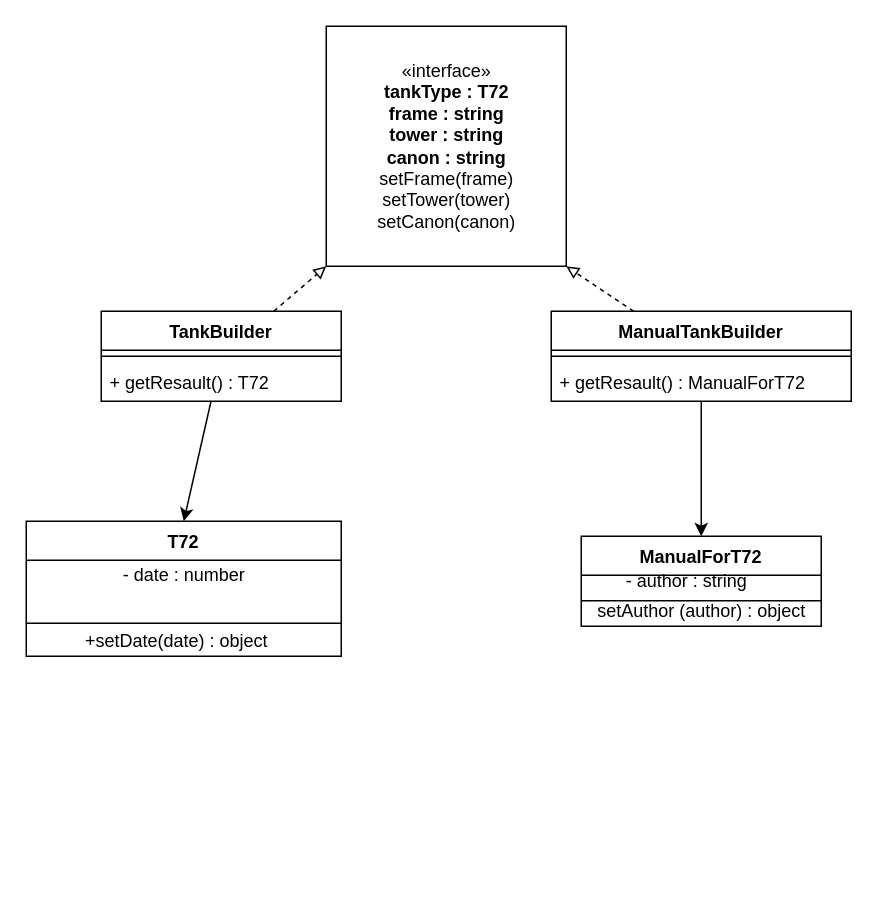
Before: Creational/Builder/builder.drawio in danil-jpg/MyPatterns, a draw.io diagram. Source tidied: cells renumbered, new cells numbered last; positions are measured from the earlier drawing's top-left corner, leaving out a move shared by most shapes. Both pictures are drawn from the tidied source at 150%, with x=0, y=0 at pixel (26, 26).
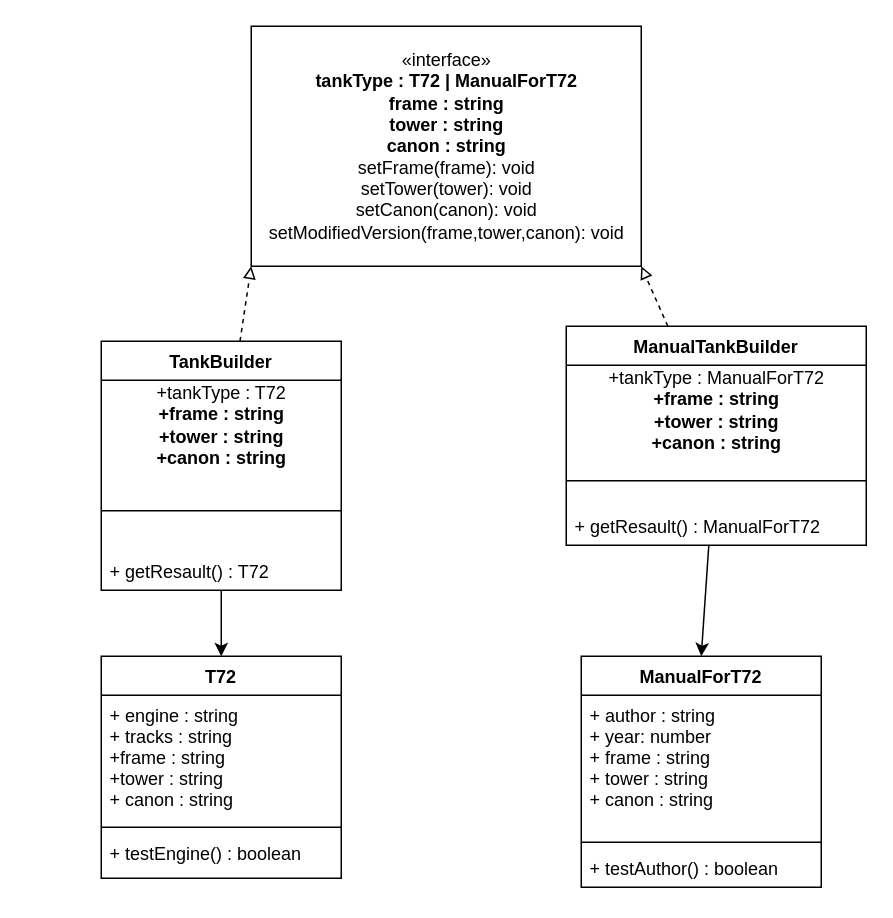
The same diagram, later.

Diff of the diagram source:
```diff
@@
-    <mxCell id="2" value="«interface»&lt;br&gt;&lt;b&gt;tankType : T72&lt;br&gt;frame : string&lt;br&gt;tower : string&lt;br&gt;canon : string&lt;br&gt;&lt;/b&gt;setFrame(frame)&lt;br&gt;setTower(tower)&lt;br&gt;setCanon(canon)" style="html=1;" parent="1" vertex="1">
-      <mxGeometry x="200" width="160" height="160" as="geometry" />
+    <mxCell id="2" value="«interface»&lt;br&gt;&lt;b&gt;tankType : T72 | ManualForT72&lt;br&gt;frame : string&lt;br&gt;tower : string&lt;br&gt;canon : string&lt;br&gt;&lt;/b&gt;setFrame(frame): void&lt;br&gt;setTower(tower): void&lt;br&gt;setCanon(canon): void&lt;br&gt;setModifiedVersion(frame,tower,canon): void" style="html=1;" parent="1" vertex="1">
+      <mxGeometry x="150" width="260" height="160" as="geometry" />
     </mxCell>
@@
     <mxCell id="5" value="ManualTankBuilder" style="swimlane;fontStyle=1;align=center;verticalAlign=top;horizontal=1;startSize=26;" parent="1" vertex="1">
-      <mxGeometry x="350" y="190" width="200" height="60" as="geometry" />
+      <mxGeometry x="360" y="200" width="200" height="146" as="geometry" />
     </mxCell>
+    <mxCell id="21" value="+tankType : ManualForT72&lt;br&gt;&lt;b&gt;+frame : string&lt;br&gt;+tower : string&lt;br&gt;+canon : string&lt;/b&gt;" style="text;html=1;align=center;verticalAlign=middle;strokeColor=none;fillColor=none;" parent="5" vertex="1">
+      <mxGeometry y="26" width="200" height="60" as="geometry" />
+    </mxCell>
     <mxCell id="6" style="line;strokeWidth=1;fillColor=none;align=left;verticalAlign=middle;spacingTop=-1;spacingLeft=3;spacingRight=3;labelPosition=right;" parent="5" vertex="1">
-      <mxGeometry y="26" width="200" height="8" as="geometry" />
+      <mxGeometry y="86" width="200" height="34" as="geometry" />
     </mxCell>
     <mxCell id="7" value="+ getResault() : ManualForT72" style="text;strokeColor=none;fillColor=none;align=left;verticalAlign=top;spacingLeft=4;spacingRight=4;overflow=hidden;" parent="5" vertex="1">
-      <mxGeometry y="34" width="200" height="26" as="geometry" />
+      <mxGeometry y="120" width="200" height="26" as="geometry" />
     </mxCell>
@@
-    <mxCell id="9" style="edgeStyle=none;html=1;entryX=0.5;entryY=0;entryDx=0;entryDy=0;endArrow=classic;endFill=1;" parent="1" edge="1" source="10" target="15">
+    <mxCell id="9" style="edgeStyle=none;html=1;entryX=0.5;entryY=0;entryDx=0;entryDy=0;" parent="1" edge="1" source="10" target="15">
       <mxGeometry relative="1" as="geometry" />
     </mxCell>
     <mxCell id="10" value="TankBuilder" style="swimlane;fontStyle=1;align=center;verticalAlign=top;horizontal=1;startSize=26;" parent="1" vertex="1">
-      <mxGeometry x="50" y="190" width="160" height="60" as="geometry" />
+      <mxGeometry x="50" y="210" width="160" height="166" as="geometry" />
     </mxCell>
+    <mxCell id="22" value="+tankType : T72&lt;br&gt;&lt;b&gt;+frame : string&lt;br&gt;+tower : string&lt;br&gt;+canon : string&lt;/b&gt;" style="text;html=1;align=center;verticalAlign=middle;strokeColor=none;fillColor=none;" parent="10" vertex="1">
+      <mxGeometry y="26" width="160" height="60" as="geometry" />
+    </mxCell>
     <mxCell id="11" style="line;strokeWidth=1;fillColor=none;align=left;verticalAlign=middle;spacingTop=-1;spacingLeft=3;spacingRight=3;labelPosition=right;" parent="10" vertex="1">
-      <mxGeometry y="26" width="160" height="8" as="geometry" />
+      <mxGeometry y="86" width="160" height="54" as="geometry" />
     </mxCell>
     <mxCell id="12" value="+ getResault() : T72" style="text;strokeColor=none;fillColor=none;align=left;verticalAlign=top;spacingLeft=4;spacingRight=4;overflow=hidden;" parent="10" vertex="1">
-      <mxGeometry y="34" width="160" height="26" as="geometry" />
+      <mxGeometry y="140" width="160" height="26" as="geometry" />
     </mxCell>
     <mxCell id="13" value="ManualForT72" style="swimlane;fontStyle=1;align=center;verticalAlign=top;horizontal=1;startSize=26;" parent="1" vertex="1">
-      <mxGeometry x="370" y="340" width="160" height="60" as="geometry" />
+      <mxGeometry x="370" y="420" width="160" height="154" as="geometry" />
     </mxCell>
-    <mxCell id="14" style="line;strokeWidth=1;fillColor=none;align=left;verticalAlign=middle;spacingTop=-1;spacingLeft=3;spacingRight=3;labelPosition=right;" parent="13" vertex="1">
-      <mxGeometry y="26" width="160" height="34" as="geometry" />
-    </mxCell>
+    <mxCell id="23" value="+ author : string&#10;+ year: number&#10;+ frame : string&#10;+ tower : string&#10;+ canon : string" style="text;strokeColor=none;fillColor=none;align=left;verticalAlign=top;spacingLeft=4;spacingRight=4;overflow=hidden;" parent="13" vertex="1">
+      <mxGeometry y="26" width="160" height="94" as="geometry" />
+    </mxCell>
+    <mxCell id="16" style="line;strokeWidth=1;fillColor=none;align=left;verticalAlign=middle;spacingTop=-1;spacingLeft=3;spacingRight=3;labelPosition=right;" parent="13" vertex="1">
+      <mxGeometry y="120" width="160" height="8" as="geometry" />
+    </mxCell>
+    <mxCell id="18" value="+ testAuthor() : boolean" style="text;strokeColor=none;fillColor=none;align=left;verticalAlign=top;spacingLeft=4;spacingRight=4;overflow=hidden;" parent="13" vertex="1">
+      <mxGeometry y="128" width="160" height="26" as="geometry" />
+    </mxCell>
     <mxCell id="15" value="T72" style="swimlane;fontStyle=1;align=center;verticalAlign=top;horizontal=1;startSize=26;" parent="1" vertex="1">
-      <mxGeometry y="330" width="210" height="90" as="geometry" />
+      <mxGeometry x="50" y="420" width="160" height="148" as="geometry" />
     </mxCell>
-    <mxCell id="16" value="- date : number" style="text;html=1;align=center;verticalAlign=middle;strokeColor=none;fillColor=none;" parent="15" vertex="1">
-      <mxGeometry y="26" width="210" height="20" as="geometry" />
-    </mxCell>
-    <mxCell id="17" style="line;strokeWidth=1;fillColor=none;align=left;verticalAlign=middle;spacingTop=-1;spacingLeft=3;spacingRight=3;labelPosition=right;" parent="15" vertex="1">
-      <mxGeometry y="46" width="210" height="44" as="geometry" />
-    </mxCell>
-    <mxCell id="18" value="+setDate(date) : object" style="text;html=1;align=center;verticalAlign=middle;strokeColor=none;fillColor=none;" parent="1" vertex="1">
-      <mxGeometry x="30" y="400" width="140" height="20" as="geometry" />
-    </mxCell>
-    <mxCell id="19" value="- author : string" style="text;html=1;align=center;verticalAlign=middle;strokeColor=none;fillColor=none;" parent="1" vertex="1">
-      <mxGeometry x="390" y="360" width="100" height="20" as="geometry" />
+    <mxCell id="19" value="+ engine : string&#10;+ tracks : string&#10;+frame : string&#10;+tower : string&#10;+ canon : string" style="text;strokeColor=none;fillColor=none;align=left;verticalAlign=top;spacingLeft=4;spacingRight=4;overflow=hidden;" parent="15" vertex="1">
+      <mxGeometry y="26" width="160" height="84" as="geometry" />
     </mxCell>
-    <mxCell id="20" value="setAuthor (author) : object" style="text;html=1;align=center;verticalAlign=middle;strokeColor=none;fillColor=none;" parent="1" vertex="1">
-      <mxGeometry x="375" y="380" width="150" height="20" as="geometry" />
+    <mxCell id="20" style="line;strokeWidth=1;fillColor=none;align=left;verticalAlign=middle;spacingTop=-1;spacingLeft=3;spacingRight=3;labelPosition=right;" parent="15" vertex="1">
+      <mxGeometry y="110" width="160" height="8" as="geometry" />
     </mxCell>
+    <mxCell id="24" value="+ testEngine() : boolean" style="text;strokeColor=none;fillColor=none;align=left;verticalAlign=top;spacingLeft=4;spacingRight=4;overflow=hidden;" parent="15" vertex="1">
+      <mxGeometry y="118" width="160" height="30" as="geometry" />
+    </mxCell>
```
